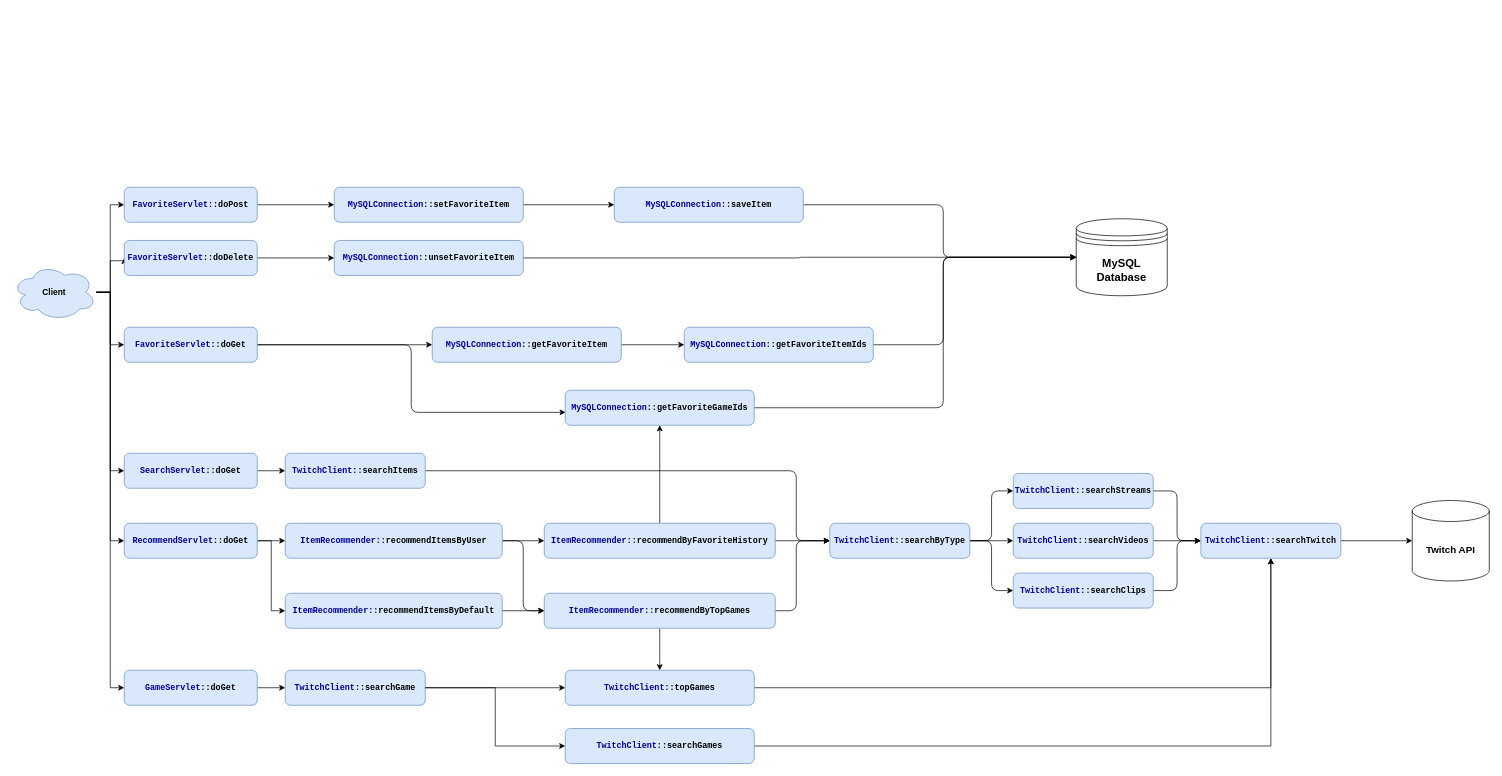
Earlier version of the draw.io diagram page "Page-1" (1 of 2) of resources/JupiterDiagram.drawio (oscargong/jupiter). Source tidied: cells renumbered, new cells numbered last; positions are measured from the earlier drawing's top-left corner, leaving out a move shared by most shapes. Both pictures are drawn from the tidied source at 70%, with x=0, y=0 at pixel (12, 187).
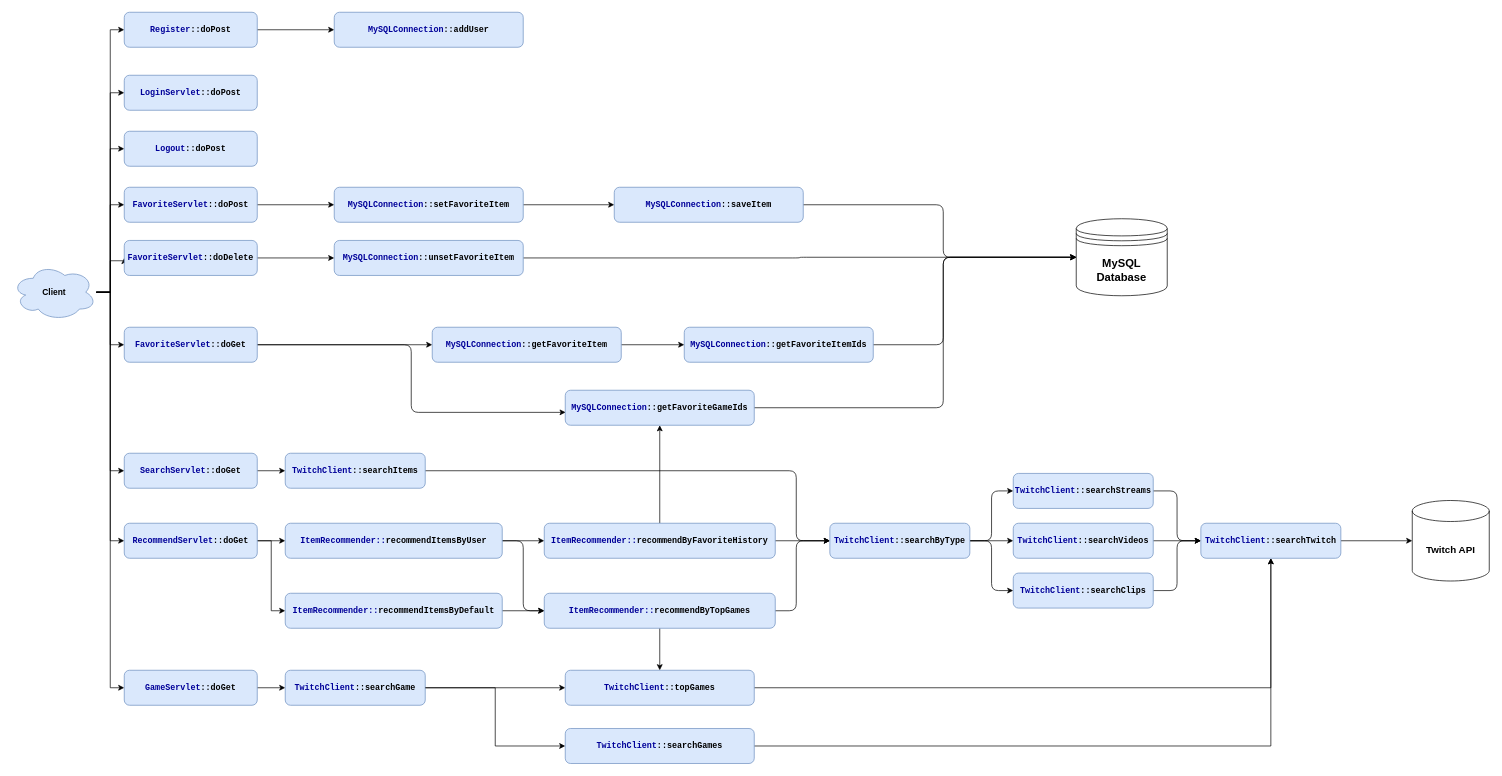
After the change.

Unchanged cells that the change refers to:
```xml
<mxCell id="8" value="Client" style="ellipse;shape=cloud;whiteSpace=wrap;html=1;fillColor=#dae8fc;strokeColor=#6c8ebf;fontStyle=1;" parent="1" vertex="1">
  <mxGeometry y="110" width="120" height="80" as="geometry" />
</mxCell>
```

Diff of the diagram source:
```diff
@@
+    <mxCell id="69" style="edgeStyle=orthogonalEdgeStyle;rounded=0;jettySize=auto;html=1;entryX=0;entryY=0.5;entryDx=0;entryDy=0;" parent="1" edge="1" source="8" target="74">
+      <mxGeometry relative="1" as="geometry" />
+    </mxCell>
+    <mxCell id="70" style="edgeStyle=orthogonalEdgeStyle;rounded=0;jettySize=auto;html=1;entryX=0;entryY=0.5;entryDx=0;entryDy=0;" parent="1" edge="1" source="8" target="75">
+      <mxGeometry relative="1" as="geometry" />
+    </mxCell>
+    <mxCell id="71" style="edgeStyle=orthogonalEdgeStyle;rounded=0;jettySize=auto;html=1;entryX=0;entryY=0.5;entryDx=0;entryDy=0;" parent="1" edge="1" source="8" target="73">
+      <mxGeometry relative="1" as="geometry" />
+    </mxCell>
@@
+    <mxCell id="72" style="edgeStyle=orthogonalEdgeStyle;rounded=0;jettySize=auto;html=1;entryX=0;entryY=0.5;entryDx=0;entryDy=0;" parent="1" edge="1" source="73" target="76">
+      <mxGeometry relative="1" as="geometry" />
+    </mxCell>
+    <mxCell id="73" value="&lt;font face=&quot;Courier New&quot;&gt;&lt;font color=&quot;#000099&quot;&gt;Register&lt;/font&gt;::doPost&lt;/font&gt;" style="rounded=1;whiteSpace=wrap;html=1;fillColor=#dae8fc;strokeColor=#6c8ebf;fontStyle=1;" parent="1" vertex="1">
+      <mxGeometry x="160" y="-250" width="190" height="50" as="geometry" />
+    </mxCell>
+    <mxCell id="74" value="&lt;font face=&quot;Courier New&quot;&gt;&lt;font color=&quot;#000099&quot;&gt;Logout&lt;/font&gt;::doPost&lt;/font&gt;" style="rounded=1;whiteSpace=wrap;html=1;fillColor=#dae8fc;strokeColor=#6c8ebf;fontStyle=1;" parent="1" vertex="1">
+      <mxGeometry x="160" y="-80" width="190" height="50" as="geometry" />
+    </mxCell>
+    <mxCell id="75" value="&lt;font face=&quot;Courier New&quot;&gt;&lt;font color=&quot;#000099&quot;&gt;LoginServlet&lt;/font&gt;::doPost&lt;/font&gt;" style="rounded=1;whiteSpace=wrap;html=1;fillColor=#dae8fc;strokeColor=#6c8ebf;fontStyle=1;" parent="1" vertex="1">
+      <mxGeometry x="160" y="-160" width="190" height="50" as="geometry" />
+    </mxCell>
+    <mxCell id="76" value="&lt;font face=&quot;Courier New&quot;&gt;&lt;font color=&quot;#000099&quot;&gt;MySQLConnection&lt;/font&gt;::addUser&lt;/font&gt;" style="rounded=1;whiteSpace=wrap;html=1;fillColor=#dae8fc;strokeColor=#6c8ebf;fontStyle=1;" parent="1" vertex="1">
+      <mxGeometry x="460" y="-250" width="270" height="50" as="geometry" />
+    </mxCell>
```
